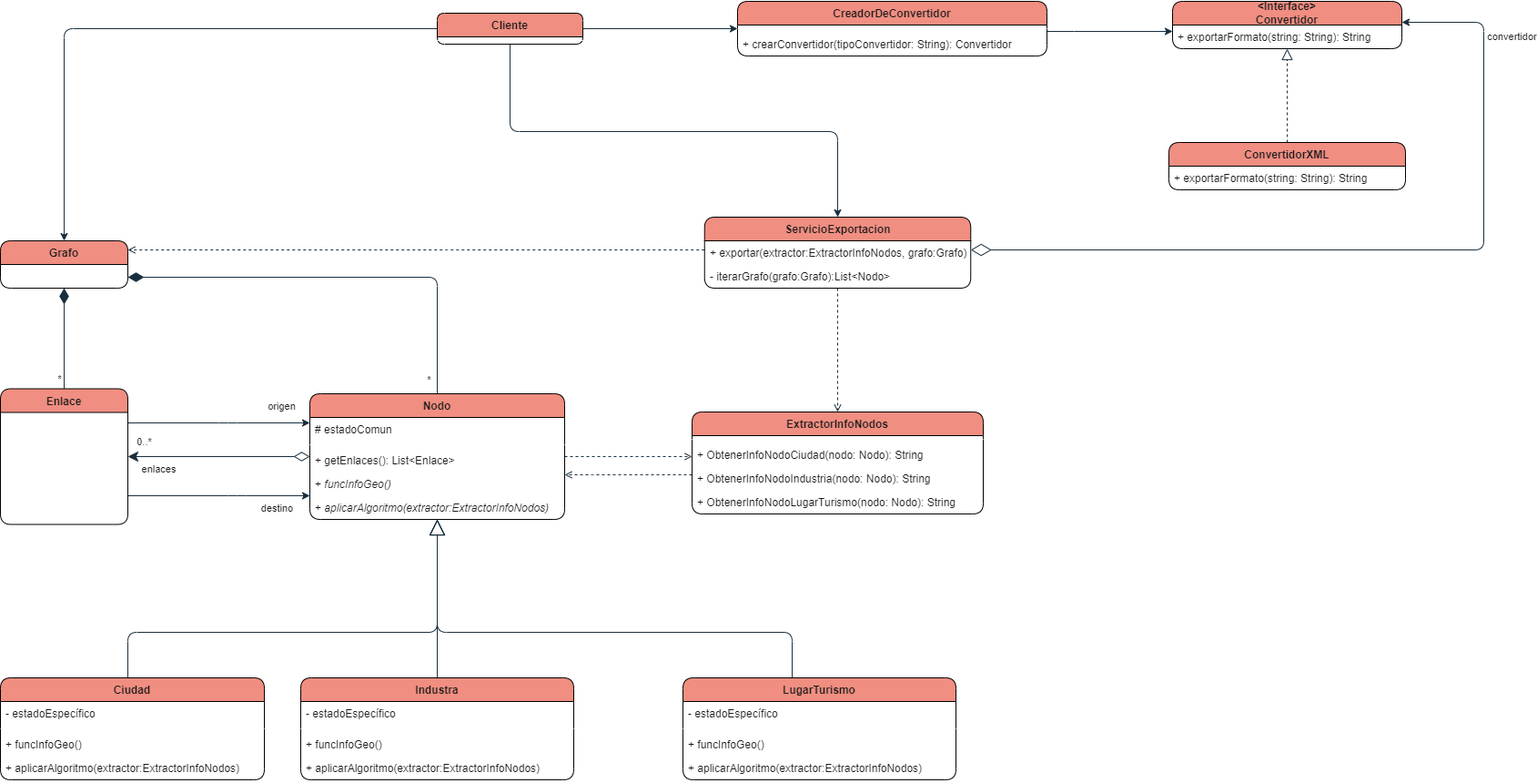
Earlier version of the draw.io export EjercicioGrafoGPS.drawio.png (SantiagoGM19/AplicacionInformacionGeografica). Source tidied: cells renumbered, new cells last; positions are measured from the earlier drawing's top-left corner, leaving out a move shared by most shapes.
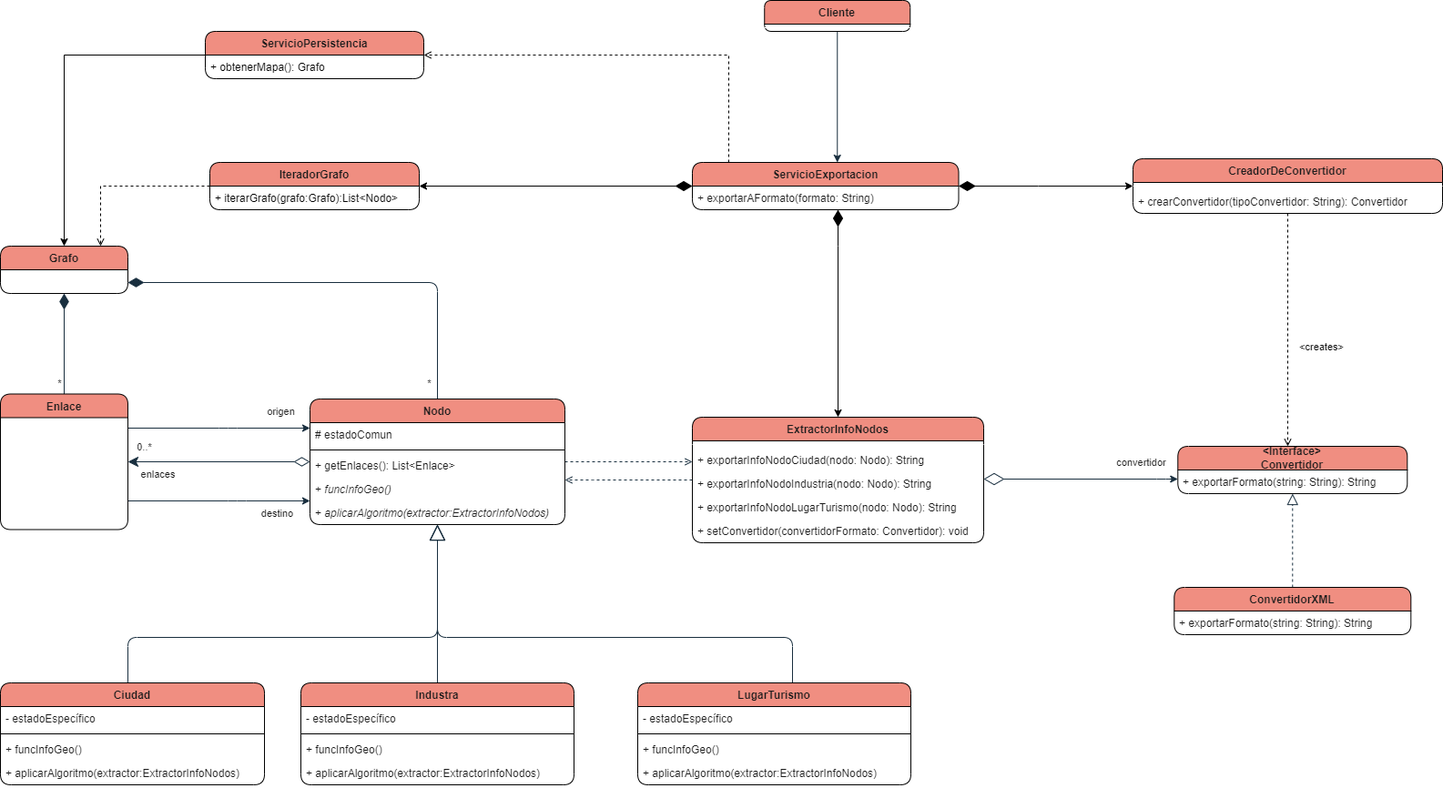
After the change.

The edit, as a diff of the source:
```diff
@@ -83,3 +83,3 @@
     </mxCell>
-    <mxCell id="18" style="line;strokeWidth=1;fillColor=none;align=left;verticalAlign=middle;spacingTop=-1;spacingLeft=3;spacingRight=3;labelPosition=right;strokeColor=#FFFFFF;rounded=1;labelBackgroundColor=none;fontColor=#1A1A1A;" parent="16" vertex="1">
+    <mxCell id="18" style="line;strokeWidth=1;fillColor=none;align=left;verticalAlign=middle;spacingTop=-1;spacingLeft=3;spacingRight=3;labelPosition=right;strokeColor=#000000;rounded=1;labelBackgroundColor=none;fontColor=#1A1A1A;" parent="16" vertex="1">
       <mxGeometry y="52" width="280" height="8" as="geometry" />
@@ -109,3 +109,3 @@
     </mxCell>
-    <mxCell id="25" style="line;strokeWidth=1;fillColor=none;align=left;verticalAlign=middle;spacingTop=-1;spacingLeft=3;spacingRight=3;labelPosition=right;strokeColor=#FFFFFF;rounded=1;labelBackgroundColor=none;fontColor=#1A1A1A;" parent="23" vertex="1">
+    <mxCell id="25" style="line;strokeWidth=1;fillColor=none;align=left;verticalAlign=middle;spacingTop=-1;spacingLeft=3;spacingRight=3;labelPosition=right;strokeColor=#000000;rounded=1;labelBackgroundColor=none;fontColor=#1A1A1A;" parent="23" vertex="1">
       <mxGeometry y="52" width="290" height="8" as="geometry" />
@@ -127,3 +127,3 @@
     </mxCell>
-    <mxCell id="31" style="line;strokeWidth=1;fillColor=none;align=left;verticalAlign=middle;spacingTop=-1;spacingLeft=3;spacingRight=3;labelPosition=right;strokeColor=#FFFFFF;rounded=1;labelBackgroundColor=none;fontColor=#1A1A1A;" parent="29" vertex="1">
+    <mxCell id="31" style="line;strokeWidth=1;fillColor=none;align=left;verticalAlign=middle;spacingTop=-1;spacingLeft=3;spacingRight=3;labelPosition=right;strokeColor=#000000;rounded=1;labelBackgroundColor=none;fontColor=#1A1A1A;" parent="29" vertex="1">
       <mxGeometry y="52" width="300" height="8" as="geometry" />
@@ -145,3 +145,3 @@
     <mxCell id="35" value="LugarTurismo" style="swimlane;fontStyle=1;align=center;verticalAlign=top;horizontal=1;startSize=26;whiteSpace=wrap;html=1;rounded=1;labelBackgroundColor=none;fillColor=#F08E81;strokeColor=#000000;fontColor=#1A1A1A;swimlaneFillColor=none;" parent="1" vertex="1">
-      <mxGeometry x="750" y="743" width="300" height="112" as="geometry" />
+      <mxGeometry x="700" y="743" width="300" height="112" as="geometry" />
     </mxCell>
@@ -150,3 +150,3 @@
     </mxCell>
-    <mxCell id="37" style="line;strokeWidth=1;fillColor=none;align=left;verticalAlign=middle;spacingTop=-1;spacingLeft=3;spacingRight=3;labelPosition=right;strokeColor=#FFFFFF;rounded=1;labelBackgroundColor=none;fontColor=#1A1A1A;" parent="35" vertex="1">
+    <mxCell id="37" style="line;strokeWidth=1;fillColor=none;align=left;verticalAlign=middle;spacingTop=-1;spacingLeft=3;spacingRight=3;labelPosition=right;strokeColor=#000000;rounded=1;labelBackgroundColor=none;fontColor=#1A1A1A;" parent="35" vertex="1">
       <mxGeometry y="52" width="300" height="8" as="geometry" />
@@ -168,3 +168,3 @@
     <mxCell id="41" value="ExtractorInfoNodos" style="swimlane;fontStyle=1;align=center;verticalAlign=top;horizontal=1;startSize=26;whiteSpace=wrap;html=1;rounded=1;labelBackgroundColor=none;fillColor=#F08E81;strokeColor=#000000;fontColor=#1A1A1A;swimlaneFillColor=none;" parent="1" vertex="1">
-      <mxGeometry x="760" y="451" width="320" height="112" as="geometry" />
+      <mxGeometry x="760" y="451" width="320" height="138" as="geometry" />
     </mxCell>
@@ -173,19 +173,19 @@
     </mxCell>
-    <mxCell id="43" value="+ ObtenerInfoNodoCiudad(nodo: Nodo): String" style="text;strokeColor=none;fillColor=none;align=left;verticalAlign=top;spacingLeft=4;spacingRight=4;overflow=hidden;whiteSpace=wrap;html=1;rounded=1;labelBackgroundColor=none;fontColor=#1A1A1A;" parent="41" vertex="1">
+    <mxCell id="43" value="+ exportarInfoNodoCiudad(nodo: Nodo): String" style="text;strokeColor=none;fillColor=none;align=left;verticalAlign=top;spacingLeft=4;spacingRight=4;overflow=hidden;whiteSpace=wrap;html=1;rounded=1;labelBackgroundColor=none;fontColor=#1A1A1A;" parent="41" vertex="1">
       <mxGeometry y="34" width="320" height="26" as="geometry" />
     </mxCell>
-    <mxCell id="44" value="+ ObtenerInfoNodoIndustria(nodo: Nodo): String" style="text;strokeColor=none;fillColor=none;align=left;verticalAlign=top;spacingLeft=4;spacingRight=4;overflow=hidden;whiteSpace=wrap;html=1;rounded=1;labelBackgroundColor=none;fontColor=#1A1A1A;" parent="41" vertex="1">
+    <mxCell id="44" value="+ exportarInfoNodoIndustria(nodo: Nodo): String" style="text;strokeColor=none;fillColor=none;align=left;verticalAlign=top;spacingLeft=4;spacingRight=4;overflow=hidden;whiteSpace=wrap;html=1;rounded=1;labelBackgroundColor=none;fontColor=#1A1A1A;" parent="41" vertex="1">
       <mxGeometry y="60" width="320" height="26" as="geometry" />
     </mxCell>
-    <mxCell id="45" value="+ ObtenerInfoNodoLugarTurismo(nodo: Nodo): String" style="text;strokeColor=none;fillColor=none;align=left;verticalAlign=top;spacingLeft=4;spacingRight=4;overflow=hidden;whiteSpace=wrap;html=1;rounded=1;labelBackgroundColor=none;fontColor=#1A1A1A;" parent="41" vertex="1">
+    <mxCell id="45" value="+ exportarInfoNodoLugarTurismo(nodo: Nodo): String" style="text;strokeColor=none;fillColor=none;align=left;verticalAlign=top;spacingLeft=4;spacingRight=4;overflow=hidden;whiteSpace=wrap;html=1;rounded=1;labelBackgroundColor=none;fontColor=#1A1A1A;" parent="41" vertex="1">
       <mxGeometry y="86" width="320" height="26" as="geometry" />
     </mxCell>
-    <mxCell id="46" style="edgeStyle=orthogonalEdgeStyle;rounded=1;jettySize=auto;html=1;dashed=1;endArrow=open;endFill=0;labelBackgroundColor=none;strokeColor=#182E3E;fontColor=default;" parent="1" edge="1" source="50" target="41">
-      <mxGeometry relative="1" as="geometry" />
-    </mxCell>
+    <mxCell id="67" value="+ setConvertidor(convertidorFormato: Convertidor): void" style="text;strokeColor=none;fillColor=none;align=left;verticalAlign=top;spacingLeft=4;spacingRight=4;overflow=hidden;whiteSpace=wrap;html=1;rounded=1;labelBackgroundColor=none;fontColor=#1A1A1A;" parent="41" vertex="1">
+      <mxGeometry y="112" width="320" height="26" as="geometry" />
+    </mxCell>
-    <mxCell id="47" style="edgeStyle=orthogonalEdgeStyle;rounded=1;jettySize=auto;html=1;startArrow=diamondThin;startFill=0;startSize=20;labelBackgroundColor=none;strokeColor=#182E3E;fontColor=default;" parent="1" edge="1" source="50" target="53">
+    <mxCell id="47" style="edgeStyle=orthogonalEdgeStyle;rounded=1;jettySize=auto;html=1;startArrow=diamondThin;startFill=0;startSize=20;labelBackgroundColor=none;strokeColor=#182E3E;fontColor=default;" parent="1" edge="1" source="41" target="53">
       <mxGeometry relative="1" as="geometry">
         <Array as="points">
-          <mxPoint x="1630" y="273" />
-          <mxPoint x="1630" y="23" />
+          <mxPoint x="1280" y="519" />
+          <mxPoint x="1280" y="519" />
         </Array>
@@ -195,24 +195,39 @@
       <mxGeometry x="0.77" y="5" relative="1" as="geometry">
-        <mxPoint x="35" y="1" as="offset" />
+        <mxPoint x="-16" y="-14" as="offset" />
       </mxGeometry>
     </mxCell>
-    <mxCell id="49" style="edgeStyle=orthogonalEdgeStyle;rounded=1;jettySize=auto;html=1;dashed=1;endArrow=open;endFill=0;labelBackgroundColor=none;strokeColor=#182E3E;fontColor=default;" parent="1" edge="1" source="50" target="6">
-      <mxGeometry relative="1" as="geometry">
-        <Array as="points">
-          <mxPoint x="500" y="273" />
-          <mxPoint x="500" y="273" />
-        </Array>
-      </mxGeometry>
-    </mxCell>
+    <mxCell id="68" style="edgeStyle=orthogonalEdgeStyle;rounded=0;jettySize=auto;html=1;startArrow=diamondThin;startFill=1;endSize=6;startSize=16;exitX=1;exitY=0.5;exitDx=0;exitDy=0;" parent="1" edge="1" source="50" target="60">
+      <mxGeometry relative="1" as="geometry">
+        <Array as="points">
+          <mxPoint x="1140" y="197" />
+          <mxPoint x="1140" y="197" />
+        </Array>
+      </mxGeometry>
+    </mxCell>
+    <mxCell id="46" style="edgeStyle=orthogonalEdgeStyle;rounded=0;jettySize=auto;html=1;startArrow=diamondThin;startFill=1;startSize=16;" parent="1" edge="1" source="50" target="41">
+      <mxGeometry relative="1" as="geometry">
+        <Array as="points">
+          <mxPoint x="920" y="263" />
+          <mxPoint x="920" y="263" />
+        </Array>
+      </mxGeometry>
+    </mxCell>
+    <mxCell id="69" style="edgeStyle=orthogonalEdgeStyle;rounded=0;jettySize=auto;html=1;startArrow=diamondThin;startFill=1;startSize=16;" parent="1" edge="1" source="50" target="73">
+      <mxGeometry relative="1" as="geometry" />
+    </mxCell>
+    <mxCell id="70" style="edgeStyle=orthogonalEdgeStyle;rounded=0;jettySize=auto;html=1;dashed=1;endArrow=open;endFill=0;" parent="1" edge="1" source="50" target="76">
+      <mxGeometry relative="1" as="geometry">
+        <Array as="points">
+          <mxPoint x="800" y="53" />
+        </Array>
+      </mxGeometry>
+    </mxCell>
     <mxCell id="50" value="ServicioExportacion" style="swimlane;fontStyle=1;align=center;verticalAlign=top;horizontal=1;startSize=26;whiteSpace=wrap;html=1;rounded=1;labelBackgroundColor=none;fillColor=#F08E81;strokeColor=#000000;fontColor=#1A1A1A;swimlaneFillColor=none;" parent="1" vertex="1">
-      <mxGeometry x="773.8" y="237" width="292.5" height="78" as="geometry" />
+      <mxGeometry x="760" y="171" width="292.5" height="52" as="geometry" />
     </mxCell>
-    <mxCell id="51" value="+ exportar(extractor:ExtractorInfoNodos, grafo:Grafo)" style="text;strokeColor=none;fillColor=none;align=left;verticalAlign=top;spacingLeft=4;spacingRight=4;overflow=hidden;whiteSpace=wrap;html=1;rounded=1;labelBackgroundColor=none;fontColor=#1A1A1A;" parent="50" vertex="1">
+    <mxCell id="51" value="+ exportarAFormato(formato: String)" style="text;strokeColor=none;fillColor=none;align=left;verticalAlign=top;spacingLeft=4;spacingRight=4;overflow=hidden;whiteSpace=wrap;html=1;rounded=1;labelBackgroundColor=none;fontColor=#1A1A1A;" parent="50" vertex="1">
       <mxGeometry y="26" width="292.5" height="26" as="geometry" />
     </mxCell>
-    <mxCell id="52" value="- iterarGrafo(grafo:Grafo):List&amp;lt;Nodo&amp;gt;" style="text;strokeColor=none;fillColor=none;align=left;verticalAlign=top;spacingLeft=4;spacingRight=4;overflow=hidden;whiteSpace=wrap;html=1;rounded=1;labelBackgroundColor=none;fontColor=#1A1A1A;" parent="50" vertex="1">
-      <mxGeometry y="52" width="292.5" height="26" as="geometry" />
-    </mxCell>
     <mxCell id="53" value="&amp;lt;Interface&amp;gt;&lt;br&gt;Convertidor" style="swimlane;fontStyle=1;horizontal=1;startSize=26;fillColor=#F08E81;whiteSpace=wrap;html=1;rounded=1;labelBackgroundColor=none;strokeColor=#000000;fontColor=#1A1A1A;verticalAlign=middle;swimlaneFillColor=none;align=center;" parent="1" vertex="1">
-      <mxGeometry x="1288" width="252" height="52" as="geometry" />
+      <mxGeometry x="1293.3" y="483" width="252" height="52" as="geometry" />
     </mxCell>
@@ -225,3 +240,3 @@
     <mxCell id="56" value="ConvertidorXML" style="swimlane;fontStyle=1;align=center;verticalAlign=top;horizontal=1;startSize=26;whiteSpace=wrap;html=1;rounded=1;labelBackgroundColor=none;fillColor=#F08E81;strokeColor=#000000;fontColor=#1A1A1A;swimlaneFillColor=none;" parent="1" vertex="1">
-      <mxGeometry x="1284" y="155" width="260" height="52" as="geometry" />
+      <mxGeometry x="1289.3" y="638" width="260" height="52" as="geometry" />
     </mxCell>
@@ -230,10 +245,7 @@
     </mxCell>
-    <mxCell id="58" style="edgeStyle=orthogonalEdgeStyle;rounded=1;jettySize=auto;html=1;labelBackgroundColor=none;strokeColor=#182E3E;fontColor=default;" parent="1" edge="1" source="65" target="60">
-      <mxGeometry relative="1" as="geometry" />
-    </mxCell>
-    <mxCell id="59" style="edgeStyle=orthogonalEdgeStyle;rounded=0;hachureGap=4;jettySize=auto;html=1;strokeColor=#182E3E;fontFamily=Architects Daughter;fontSource=https%3A%2F%2Ffonts.googleapis.com%2Fcss%3Ffamily%3DArchitects%2BDaughter;fontSize=16;fontColor=#1A1A1A;" parent="1" edge="1" source="60" target="53">
+    <mxCell id="59" style="edgeStyle=orthogonalEdgeStyle;rounded=0;jettySize=auto;html=1;dashed=1;endArrow=open;endFill=0;" parent="1" edge="1" source="60" target="53">
       <mxGeometry relative="1" as="geometry">
         <Array as="points">
-          <mxPoint x="1180" y="33" />
-          <mxPoint x="1180" y="33" />
+          <mxPoint x="1570" y="189" />
+          <mxPoint x="1570" y="189" />
         </Array>
@@ -241,4 +253,9 @@
     </mxCell>
+    <mxCell id="71" value="&amp;lt;creates&amp;gt;" style="edgeLabel;html=1;align=center;verticalAlign=middle;" parent="59" vertex="1">
+      <mxGeometry x="0.35" relative="1" as="geometry">
+        <mxPoint x="36" y="-27" as="offset" />
+      </mxGeometry>
+    </mxCell>
     <mxCell id="60" value="CreadorDeConvertidor" style="swimlane;fontStyle=1;align=center;verticalAlign=top;horizontal=1;startSize=26;whiteSpace=wrap;html=1;rounded=1;labelBackgroundColor=none;fillColor=#F08E81;strokeColor=#000000;fontColor=#1A1A1A;swimlaneFillColor=none;" parent="1" vertex="1">
-      <mxGeometry x="810" width="340" height="60" as="geometry" />
+      <mxGeometry x="1244" y="167" width="340" height="60" as="geometry" />
     </mxCell>
@@ -250,9 +267,2 @@
     </mxCell>
-    <mxCell id="63" style="edgeStyle=orthogonalEdgeStyle;rounded=1;jettySize=auto;html=1;labelBackgroundColor=none;strokeColor=#182E3E;fontColor=default;" parent="1" edge="1" source="65" target="6">
-      <mxGeometry relative="1" as="geometry">
-        <Array as="points">
-          <mxPoint x="70" y="30" />
-        </Array>
-      </mxGeometry>
-    </mxCell>
     <mxCell id="64" style="edgeStyle=orthogonalEdgeStyle;rounded=1;jettySize=auto;html=1;labelBackgroundColor=none;strokeColor=#182E3E;fontColor=default;" parent="1" edge="1" source="65" target="50">
@@ -260,4 +270,4 @@
         <Array as="points">
-          <mxPoint x="560" y="143" />
-          <mxPoint x="920" y="143" />
+          <mxPoint x="919.2" y="23" />
+          <mxPoint x="919.2" y="23" />
         </Array>
@@ -266,3 +276,3 @@
     <mxCell id="65" value="Cliente" style="swimlane;fontStyle=1;align=center;verticalAlign=top;horizontal=1;startSize=26;whiteSpace=wrap;html=1;rounded=1;labelBackgroundColor=none;fillColor=#F08E81;strokeColor=#000000;fontColor=#1A1A1A;swimlaneFillColor=none;" parent="1" vertex="1">
-      <mxGeometry x="480" y="13" width="160" height="34" as="geometry" />
+      <mxGeometry x="839.2" y="-7" width="160" height="34" as="geometry" />
     </mxCell>
@@ -271,2 +281,24 @@
     </mxCell>
+    <mxCell id="72" style="edgeStyle=orthogonalEdgeStyle;rounded=0;jettySize=auto;html=1;dashed=1;endArrow=open;endFill=0;" parent="1" edge="1" source="73" target="6">
+      <mxGeometry relative="1" as="geometry">
+        <Array as="points">
+          <mxPoint x="110" y="197" />
+        </Array>
+      </mxGeometry>
+    </mxCell>
+    <mxCell id="73" value="IteradorGrafo" style="swimlane;fontStyle=1;align=center;verticalAlign=top;horizontal=1;startSize=26;whiteSpace=wrap;html=1;fillColor=#F08E81;strokeColor=#000000;fontColor=#1A1A1A;rounded=1;labelBackgroundColor=none;swimlaneFillColor=none;" parent="1" vertex="1">
+      <mxGeometry x="230" y="171" width="230" height="52" as="geometry" />
+    </mxCell>
+    <mxCell id="74" value="+ iterarGrafo(grafo:Grafo):List&amp;lt;Nodo&amp;gt;" style="text;strokeColor=none;fillColor=none;align=left;verticalAlign=top;spacingLeft=4;spacingRight=4;overflow=hidden;whiteSpace=wrap;html=1;" parent="73" vertex="1">
+      <mxGeometry y="26" width="230" height="26" as="geometry" />
+    </mxCell>
+    <mxCell id="75" style="edgeStyle=orthogonalEdgeStyle;rounded=0;jettySize=auto;html=1;" parent="1" edge="1" source="76" target="6">
+      <mxGeometry relative="1" as="geometry" />
+    </mxCell>
+    <mxCell id="76" value="ServicioPersistencia" style="swimlane;fontStyle=1;align=center;verticalAlign=top;horizontal=1;startSize=26;whiteSpace=wrap;html=1;fillColor=#F08E81;strokeColor=#000000;fontColor=#1A1A1A;rounded=1;labelBackgroundColor=none;swimlaneFillColor=none;" parent="1" vertex="1">
+      <mxGeometry x="225" y="27" width="240" height="52" as="geometry" />
+    </mxCell>
+    <mxCell id="77" value="+ obtenerMapa(): Grafo" style="text;strokeColor=none;fillColor=none;align=left;verticalAlign=top;spacingLeft=4;spacingRight=4;overflow=hidden;whiteSpace=wrap;html=1;" parent="76" vertex="1">
+      <mxGeometry y="26" width="240" height="26" as="geometry" />
+    </mxCell>
   </root>
```
